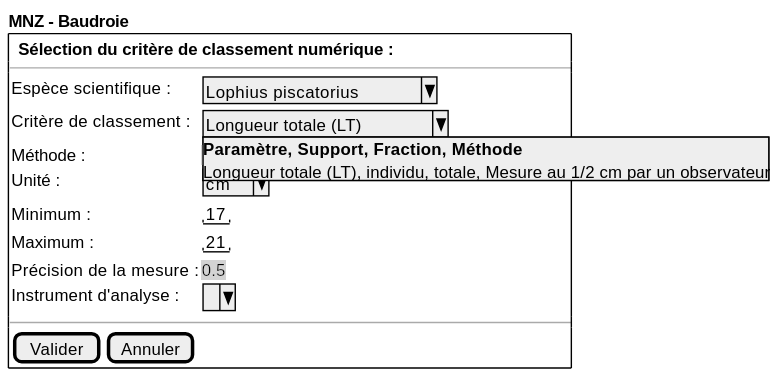
sumaris-net/sumaris-doc keeps this PlantUML diagram as projects/common/spe/images/numerical-classification-criteria-selection.svg. Above is the earlier version. Its source is kept beside it as projects/common/spe/images/numerical-classification-criteria-selection.puml.
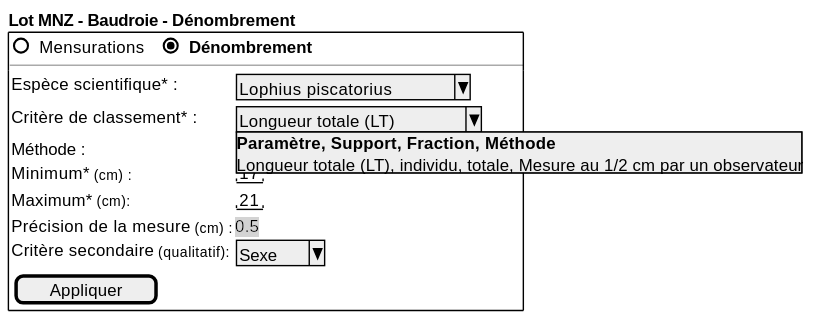
The same diagram one commit later.

Diff of the diagram source:
```diff
@@ -1,30 +1,29 @@
 @startsalt
 {
-    **MNZ - Baudroie**
+    **Lot MNZ - Baudroie - <b>Dénombrement**
 
   {+
-    { | . |  <b>Sélection du critère de classement numérique :  | . | . | . | . | . | . | . | . | . |. |. |. |. |. |. |. |. |. |. |. |. |. |. |. |. }
+    { | ()Mensurations  | . | . |  (X)<b>Dénombrement | . | . | . | . | . | . | . | . | . |. |. |. |. |. |. |. |. |. |. |. |. |. |. |. |. }
     --
 {
-      Espèce scientifique :    | { ^Lophius piscatorius^ }
+      Espèce scientifique* :    | { ^Lophius piscatorius^ }
 
-      Critère de classement :    | { ^Longueur totale (LT)^^<b>Paramètre,   Support, Fraction,  Méthode^^Longueur totale (LT), individu, totale, Mesure au 1/2 cm par un observateur^ }
+      Critère de classement* :    | { ^Longueur totale (LT)^^<b>Paramètre,   Support, Fraction,  Méthode^^Longueur totale (LT), individu, totale, Mesure au 1/2 cm par un observateur^ }
 
       Méthode :    | <back:lightgrey><font color=black size=12>Mesure au 1/2 cm par un observateur
 
-      Unité :   |  { ^ cm ^ }
+      Minimum* <font size=10>(cm) :   |  "17"
 
-      Minimum :   |  "17"
+      Maximum* <font size=10>(cm): | "21"
 
-      Maximum : | "21"
+      Précision de la mesure <font size=10>(cm) :    |  <back:lightgrey><font color=black size=12>0.5
 
-      Précision de la mesure :    |  <back:lightgrey><font color=black size=12>0.5
+      Critère secondaire <font size=10>(qualitatif): { ^ Sexe ^ }
 
-      Instrument d'analyse : { ^ ^ }
+      { [   Appliquer] }
 
   }
-      --
-    { [Valider] | [Annuler] }
+
     }
  }
 @endsalt
```
